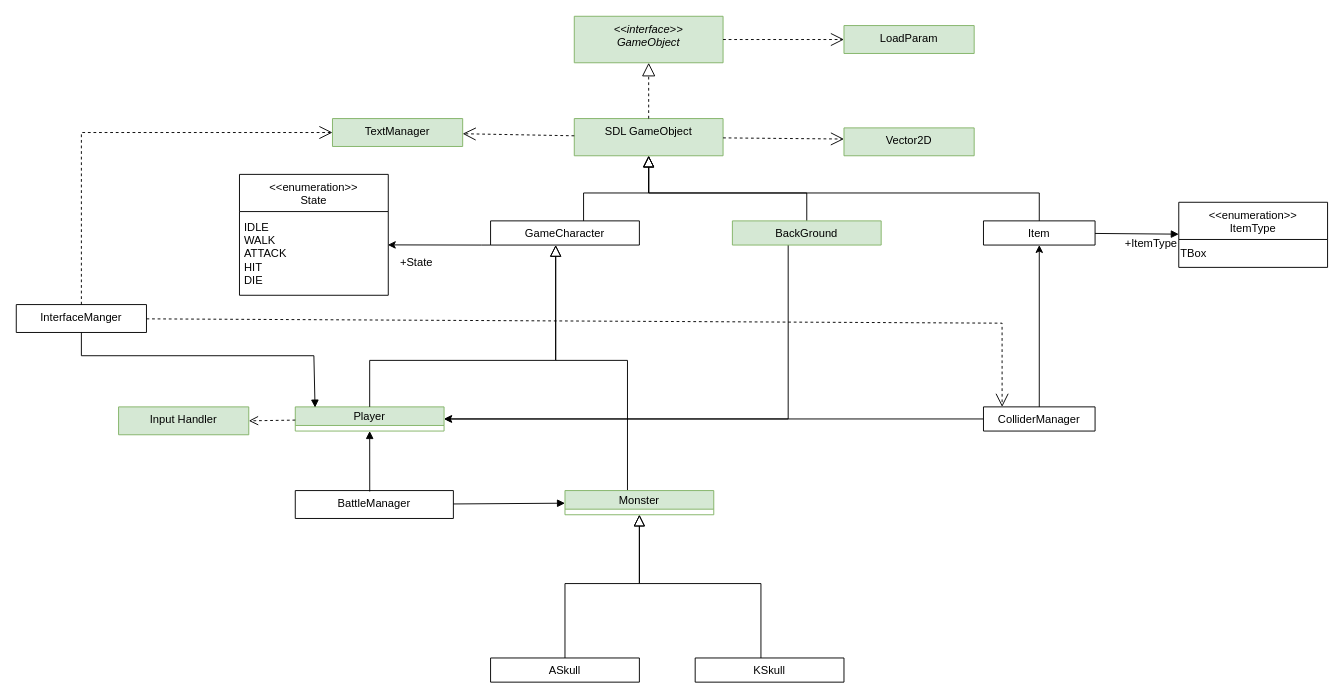
This is page "Page-1" (1 of 2) of 기말평가_클래스.drawio from chpark-hoseo/gf2022-choimingue-game, a draw.io file, before an edit. Source tidied: cells renumbered, new cells numbered last; positions are measured from the earlier drawing's top-left corner, leaving out a move shared by most shapes. Both pictures are drawn from the tidied source at 93%, with x=0, y=0 at pixel (16, 16).
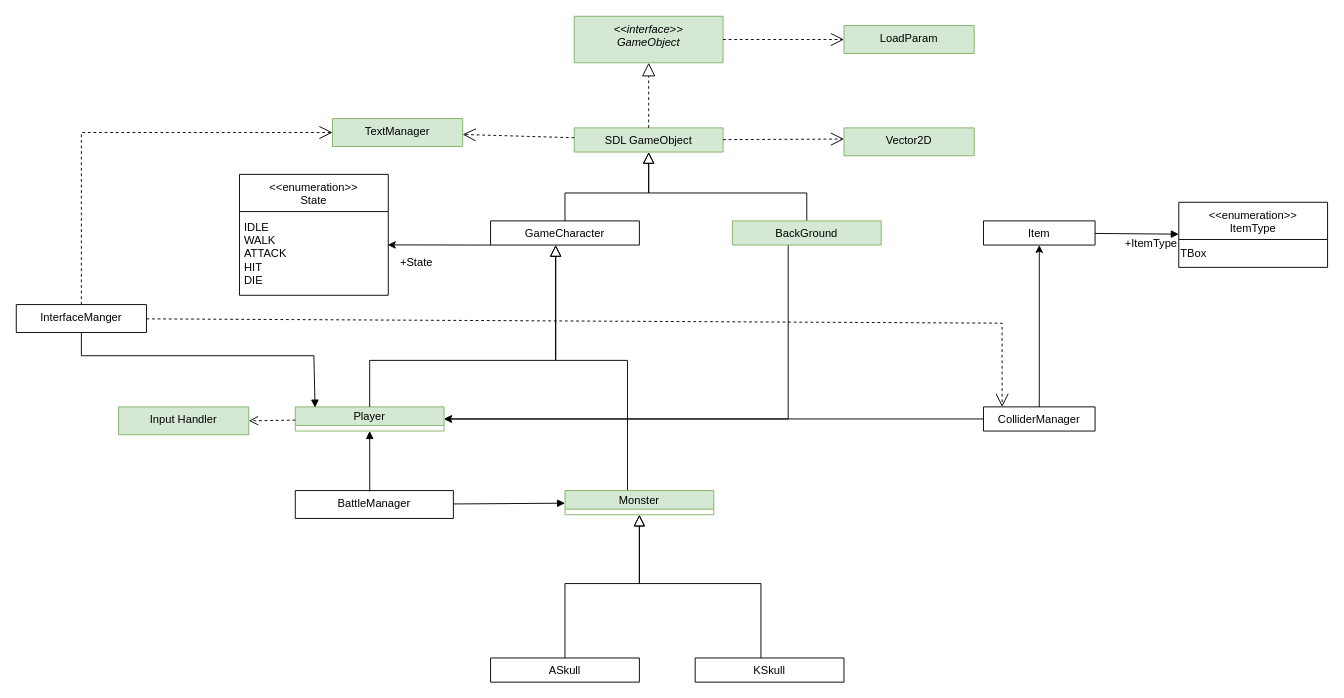
The same diagram, later.

Commit message (it also covers changes not shown here):
기말평가_클래스.drawio 업데이트

The change refers to these unchanged cells:
```xml
<mxCell id="5" value="GameCharacter" style="swimlane;fontStyle=0;align=center;verticalAlign=top;horizontal=1;startSize=30;rounded=0;shadow=0;strokeWidth=1;" parent="1" vertex="1" collapsed="1">
  <mxGeometry x="510" y="220" width="160" height="26" as="geometry" />
</mxCell>
<mxCell id="18" value="BackGround" style="swimlane;fontStyle=0;align=center;verticalAlign=top;horizontal=1;startSize=30;rounded=0;shadow=0;strokeWidth=1;fillColor=#d5e8d4;strokeColor=#82b366;" parent="1" vertex="1" collapsed="1">
  <mxGeometry x="770" y="220" width="160" height="26" as="geometry" />
</mxCell>
<mxCell id="20" value="Item" style="swimlane;fontStyle=0;align=center;verticalAlign=top;horizontal=1;startSize=198;rounded=0;shadow=0;strokeWidth=1;" parent="1" vertex="1" collapsed="1">
  <mxGeometry x="1040" y="220" width="120" height="26" as="geometry" />
</mxCell>
```

What changed in the source:
```diff
@@
-    <mxCell id="3" value="SDL GameObject" style="swimlane;fontStyle=0;align=center;verticalAlign=top;horizontal=1;startSize=198;rounded=0;shadow=0;strokeWidth=1;fillColor=#d5e8d4;strokeColor=#82b366;" parent="1" vertex="1">
-      <mxGeometry x="600" y="110" width="160" height="40" as="geometry" />
+    <mxCell id="3" value="SDL GameObject" style="swimlane;fontStyle=0;align=center;verticalAlign=top;horizontal=1;startSize=198;rounded=0;shadow=0;strokeWidth=1;fillColor=#d5e8d4;strokeColor=#82b366;" parent="1" vertex="1" collapsed="1">
+      <mxGeometry x="600" y="120" width="160" height="26" as="geometry" />
     </mxCell>
@@
-    <mxCell id="6" style="endArrow=block;endSize=10;endFill=0;shadow=0;strokeWidth=1;rounded=0;edgeStyle=elbowEdgeStyle;elbow=vertical;entryX=0.5;entryY=1;entryDx=0;entryDy=0;" parent="1" edge="1" source="5" target="3">
-      <mxGeometry relative="1" as="geometry">
-        <Array as="points">
-          <mxPoint x="610" y="190" />
-          <mxPoint x="590" y="220" />
-        </Array>
-      </mxGeometry>
-    </mxCell>
@@
-    <mxCell id="16" style="endArrow=block;endSize=10;endFill=0;shadow=0;strokeWidth=1;rounded=0;edgeStyle=elbowEdgeStyle;elbow=vertical;" parent="1" edge="1" source="18">
+    <mxCell id="16" style="endArrow=block;endSize=10;endFill=0;shadow=0;strokeWidth=1;rounded=0;edgeStyle=elbowEdgeStyle;elbow=vertical;" parent="1" edge="1" source="18" target="3">
       <mxGeometry relative="1" as="geometry">
-        <mxPoint x="680" y="150" as="targetPoint" />
         <Array as="points">
           <mxPoint x="680" y="190" />
           <mxPoint x="690" y="210" />
           <mxPoint x="650" y="200" />
           <mxPoint x="720" y="200" />
           <mxPoint x="590" y="330" />
           <mxPoint x="570" y="360" />
         </Array>
       </mxGeometry>
     </mxCell>
@@
-    <mxCell id="19" style="endArrow=block;endSize=10;endFill=0;shadow=0;strokeWidth=1;rounded=0;edgeStyle=elbowEdgeStyle;elbow=vertical;entryX=0.5;entryY=1;entryDx=0;entryDy=0;exitX=0.5;exitY=0;exitDx=0;exitDy=0;" parent="1" edge="1" source="20" target="3">
-      <mxGeometry relative="1" as="geometry">
-        <Array as="points">
-          <mxPoint x="840" y="190" />
-          <mxPoint x="850" y="210" />
-          <mxPoint x="810" y="200" />
-          <mxPoint x="880" y="200" />
-          <mxPoint x="750" y="330" />
-          <mxPoint x="730" y="360" />
-        </Array>
-      </mxGeometry>
-    </mxCell>
@@
+    <mxCell id="6" style="endArrow=block;endSize=10;endFill=0;shadow=0;strokeWidth=1;rounded=0;edgeStyle=elbowEdgeStyle;elbow=vertical;entryX=0.5;entryY=1;entryDx=0;entryDy=0;" parent="1" edge="1" source="5" target="3">
+      <mxGeometry relative="1" as="geometry">
+        <Array as="points">
+          <mxPoint x="590" y="190" />
+          <mxPoint x="690" y="200" />
+          <mxPoint x="700" y="220" />
+          <mxPoint x="660" y="210" />
+          <mxPoint x="730" y="210" />
+          <mxPoint x="600" y="340" />
+          <mxPoint x="580" y="370" />
+        </Array>
+      </mxGeometry>
+    </mxCell>
```
